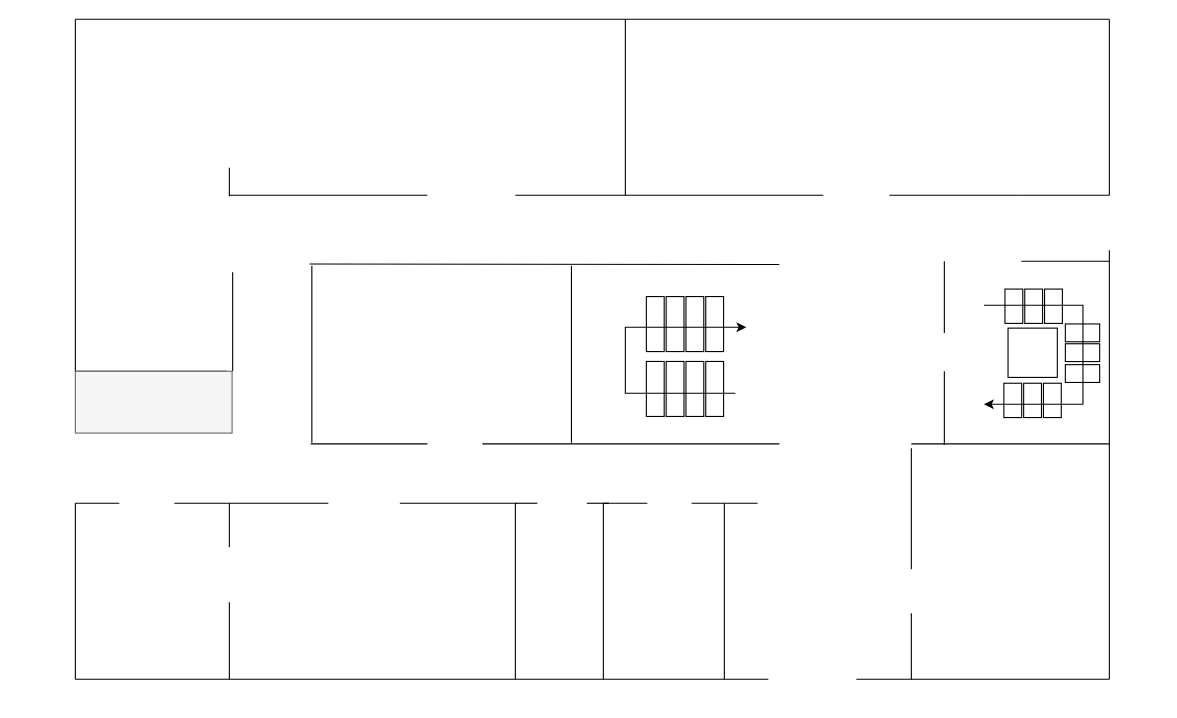
The draw.io diagram Gebäudeplan_EG.drawio in meetSeb/Computer-Network, before the edit. Source tidied: cells renumbered, new cells numbered last; positions are measured from the earlier drawing's top-left corner, leaving out a move shared by most shapes. Both pictures are drawn from the tidied source at 110%, with x=0, y=0 at pixel (75, 19).
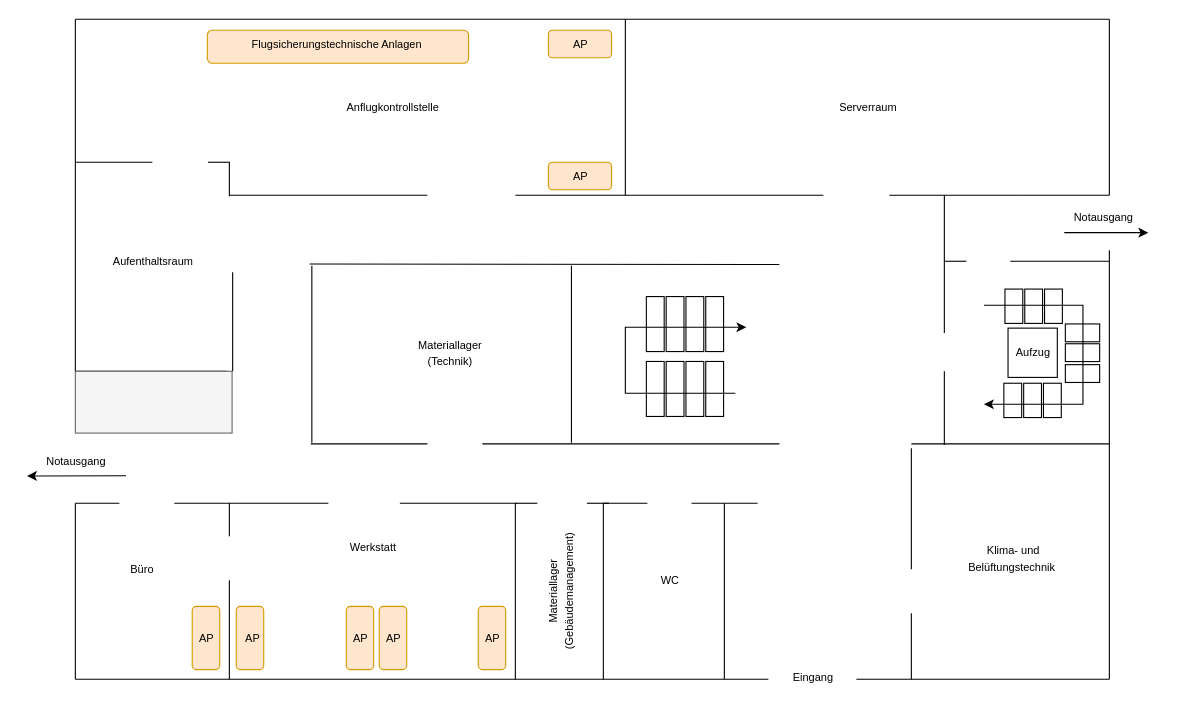
The same page after the edit.

The change refers to these unchanged cells:
```xml
<mxCell id="56" style="whiteSpace=wrap;html=1;strokeColor=#000000;" parent="1" vertex="1">
  <mxGeometry x="847.9" y="280.8" width="44.8" height="44.8" as="geometry" />
</mxCell>
```

Diff of the diagram source:
```diff
@@
     <mxCell id="10" style="endArrow=none;html=1;rounded=0;strokeColor=#000000;" parent="1" edge="1">
       <mxGeometry relative="1" as="geometry">
-        <mxPoint x="140" y="530" as="sourcePoint" />
+        <mxPoint x="140" y="510" as="sourcePoint" />
         <mxPoint x="140" y="600" as="targetPoint" />
       </mxGeometry>
     </mxCell>
     <mxCell id="11" style="endArrow=none;html=1;rounded=0;strokeColor=#000000;" parent="1" edge="1">
       <mxGeometry relative="1" as="geometry">
         <mxPoint x="140" y="440" as="sourcePoint" />
-        <mxPoint x="140" y="480" as="targetPoint" />
+        <mxPoint x="140" y="470" as="targetPoint" />
       </mxGeometry>
     </mxCell>
@@
     <mxCell id="15" style="endArrow=none;html=1;rounded=0;strokeColor=#000000;" parent="1" edge="1">
       <mxGeometry relative="1" as="geometry">
-        <mxPoint x="140" y="135" as="sourcePoint" />
+        <mxPoint x="140" y="130" as="sourcePoint" />
         <mxPoint x="140" y="161" as="targetPoint" />
       </mxGeometry>
     </mxCell>
@@
     <mxCell id="61" style="endArrow=none;html=1;rounded=0;strokeColor=#000000;" parent="1" edge="1">
       <mxGeometry relative="1" as="geometry">
-        <mxPoint x="790" y="220" as="sourcePoint" />
+        <mxPoint x="790" y="160" as="sourcePoint" />
         <mxPoint x="790" y="285.2" as="targetPoint" />
       </mxGeometry>
     </mxCell>
     <mxCell id="62" style="endArrow=none;html=1;rounded=0;strokeColor=#000000;" parent="1" edge="1">
       <mxGeometry relative="1" as="geometry">
-        <mxPoint x="860" y="220" as="sourcePoint" />
+        <mxPoint x="850" y="220" as="sourcePoint" />
         <mxPoint x="940" y="220" as="targetPoint" />
       </mxGeometry>
     </mxCell>
+    <mxCell id="63" style="endArrow=none;html=1;rounded=0;strokeColor=#000000;" parent="1" edge="1">
+      <mxGeometry relative="1" as="geometry">
+        <mxPoint x="810" y="220" as="sourcePoint" />
+        <mxPoint x="790" y="220" as="targetPoint" />
+      </mxGeometry>
+    </mxCell>
+    <mxCell id="64" style="endArrow=none;html=1;rounded=0;strokeColor=#000000;" parent="1" edge="1" source="56">
+      <mxGeometry relative="1" as="geometry">
+        <mxPoint x="892.6" y="280.8" as="targetPoint" />
+      </mxGeometry>
+    </mxCell>
+    <mxCell id="65" value="&lt;font style=&quot;font-size: 10px;&quot;&gt;Aufzug&lt;/font&gt;" style="text;html=1;align=center;verticalAlign=middle;whiteSpace=wrap;rounded=0;" parent="1" vertex="1">
+      <mxGeometry x="841.2" y="288.1" width="60" height="30" as="geometry" />
+    </mxCell>
+    <mxCell id="66" style="endArrow=none;html=1;rounded=0;strokeColor=#000000;" parent="1" edge="1">
+      <mxGeometry relative="1" as="geometry">
+        <mxPoint y="130" as="sourcePoint" />
+        <mxPoint x="70" y="130" as="targetPoint" />
+      </mxGeometry>
+    </mxCell>
+    <mxCell id="67" style="endArrow=none;html=1;rounded=0;strokeColor=#000000;" parent="1" edge="1">
+      <mxGeometry relative="1" as="geometry">
+        <mxPoint x="140.5" y="130" as="sourcePoint" />
+        <mxPoint x="120.5" y="130" as="targetPoint" />
+      </mxGeometry>
+    </mxCell>
+    <mxCell id="68" style="rounded=1;whiteSpace=wrap;html=1;rotation=-90;fillColor=#ffe6cc;strokeColor=#d79b00;" parent="1" vertex="1">
+      <mxGeometry x="90" y="550" width="57.5" height="25" as="geometry" />
+    </mxCell>
+    <mxCell id="69" style="rounded=1;whiteSpace=wrap;html=1;rotation=-90;fillColor=#ffe6cc;strokeColor=#d79b00;" parent="1" vertex="1">
+      <mxGeometry x="130" y="550" width="57.5" height="25" as="geometry" />
+    </mxCell>
+    <mxCell id="70" style="rounded=1;whiteSpace=wrap;html=1;rotation=-90;fillColor=#ffe6cc;strokeColor=#d79b00;" parent="1" vertex="1">
+      <mxGeometry x="230" y="550" width="57.5" height="25" as="geometry" />
+    </mxCell>
+    <mxCell id="71" style="rounded=1;whiteSpace=wrap;html=1;rotation=-90;fillColor=#ffe6cc;strokeColor=#d79b00;" parent="1" vertex="1">
+      <mxGeometry x="260" y="550" width="57.5" height="25" as="geometry" />
+    </mxCell>
+    <mxCell id="72" style="rounded=1;whiteSpace=wrap;html=1;rotation=-90;fillColor=#ffe6cc;strokeColor=#d79b00;" parent="1" vertex="1">
+      <mxGeometry x="350" y="550" width="57.5" height="25" as="geometry" />
+    </mxCell>
+    <mxCell id="73" style="rounded=1;whiteSpace=wrap;html=1;rotation=0;fillColor=#ffe6cc;strokeColor=#d79b00;" parent="1" vertex="1">
+      <mxGeometry x="120" y="10" width="237.5" height="30" as="geometry" />
+    </mxCell>
+    <mxCell id="74" style="rounded=1;whiteSpace=wrap;html=1;rotation=0;fillColor=#ffe6cc;strokeColor=#d79b00;" parent="1" vertex="1">
+      <mxGeometry x="430" y="10" width="57.5" height="25" as="geometry" />
+    </mxCell>
+    <mxCell id="75" style="rounded=1;whiteSpace=wrap;html=1;rotation=0;fillColor=#ffe6cc;strokeColor=#d79b00;" parent="1" vertex="1">
+      <mxGeometry x="430" y="130" width="57.5" height="25" as="geometry" />
+    </mxCell>
+    <mxCell id="76" value="&lt;font style=&quot;font-size: 10px;&quot;&gt;Klima- und Belüftungstechnik&amp;nbsp;&lt;/font&gt;" style="text;html=1;align=center;verticalAlign=middle;whiteSpace=wrap;rounded=0;" parent="1" vertex="1">
+      <mxGeometry x="812.2" y="470" width="82.1" height="40" as="geometry" />
+    </mxCell>
+    <mxCell id="77" value="&lt;font size=&quot;1&quot;&gt;Materiallager (Technik)&lt;/font&gt;" style="text;html=1;align=center;verticalAlign=middle;whiteSpace=wrap;rounded=0;" parent="1" vertex="1">
+      <mxGeometry x="300" y="283.1" width="82.1" height="40" as="geometry" />
+    </mxCell>
+    <mxCell id="78" value="&lt;font size=&quot;1&quot;&gt;Materiallager (Gebäudemanagement)&lt;/font&gt;" style="text;html=1;align=center;verticalAlign=middle;whiteSpace=wrap;rounded=0;rotation=-90;" parent="1" vertex="1">
+      <mxGeometry x="400" y="500" width="82.1" height="40" as="geometry" />
+    </mxCell>
+    <mxCell id="79" value="&lt;font style=&quot;font-size: 10px;&quot;&gt;WC&lt;/font&gt;" style="text;html=1;align=center;verticalAlign=middle;whiteSpace=wrap;rounded=0;" parent="1" vertex="1">
+      <mxGeometry x="500" y="490" width="82.1" height="40" as="geometry" />
+    </mxCell>
+    <mxCell id="80" value="&lt;font style=&quot;font-size: 10px;&quot;&gt;Serverraum&lt;/font&gt;" style="text;html=1;align=center;verticalAlign=middle;whiteSpace=wrap;rounded=0;" parent="1" vertex="1">
+      <mxGeometry x="680" y="60" width="82.1" height="40" as="geometry" />
+    </mxCell>
+    <mxCell id="81" value="&lt;font style=&quot;font-size: 10px;&quot;&gt;Aufenthaltsraum&lt;/font&gt;" style="text;html=1;align=center;verticalAlign=middle;whiteSpace=wrap;rounded=0;" parent="1" vertex="1">
+      <mxGeometry x="30.2" y="200" width="82.1" height="40" as="geometry" />
+    </mxCell>
+    <mxCell id="82" value="&lt;font style=&quot;font-size: 10px;&quot;&gt;Anflugkontrollstelle&lt;/font&gt;" style="text;html=1;align=center;verticalAlign=middle;whiteSpace=wrap;rounded=0;" parent="1" vertex="1">
+      <mxGeometry x="247.7" y="60" width="82.1" height="40" as="geometry" />
+    </mxCell>
+    <mxCell id="83" value="&lt;font style=&quot;font-size: 10px;&quot;&gt;Werkstatt&lt;/font&gt;" style="text;html=1;align=center;verticalAlign=middle;whiteSpace=wrap;rounded=0;" parent="1" vertex="1">
+      <mxGeometry x="230" y="460" width="82.1" height="40" as="geometry" />
+    </mxCell>
+    <mxCell id="84" value="&lt;font size=&quot;1&quot;&gt;Büro&lt;/font&gt;" style="text;html=1;align=center;verticalAlign=middle;whiteSpace=wrap;rounded=0;" parent="1" vertex="1">
+      <mxGeometry x="20" y="480" width="82.1" height="40" as="geometry" />
+    </mxCell>
+    <mxCell id="85" value="&lt;font style=&quot;font-size: 10px;&quot;&gt;Eingang&lt;/font&gt;" style="text;html=1;align=center;verticalAlign=middle;whiteSpace=wrap;rounded=0;" parent="1" vertex="1">
+      <mxGeometry x="630" y="578" width="82.1" height="40" as="geometry" />
+    </mxCell>
+    <mxCell id="86" value="&lt;font style=&quot;font-size: 10px;&quot;&gt;Notausgang&lt;/font&gt;" style="text;html=1;align=center;verticalAlign=middle;whiteSpace=wrap;rounded=0;" parent="1" vertex="1">
+      <mxGeometry x="-40" y="382" width="82.1" height="40" as="geometry" />
+    </mxCell>
+    <mxCell id="87" style="endArrow=classic;html=1;rounded=0;strokeColor=#000000;" parent="1" edge="1">
+      <mxGeometry relative="1" as="geometry">
+        <mxPoint x="46.1" y="415" as="sourcePoint" />
+        <mxPoint x="-43.9" y="415.2" as="targetPoint" />
+      </mxGeometry>
+    </mxCell>
+    <mxCell id="88" value="&lt;font style=&quot;font-size: 10px;&quot;&gt;Notausgang&lt;/font&gt;" style="text;html=1;align=center;verticalAlign=middle;whiteSpace=wrap;rounded=0;" parent="1" vertex="1">
+      <mxGeometry x="894.3" y="160" width="82.1" height="40" as="geometry" />
+    </mxCell>
+    <mxCell id="89" style="endArrow=classic;html=1;rounded=0;strokeColor=#000000;" parent="1" edge="1">
+      <mxGeometry relative="1" as="geometry">
+        <mxPoint x="899" y="194" as="sourcePoint" />
+        <mxPoint x="975.4" y="194" as="targetPoint" />
+      </mxGeometry>
+    </mxCell>
+    <mxCell id="90" value="&lt;font style=&quot;font-size: 10px;&quot;&gt;Flugsicherungstechnische Anlagen&lt;/font&gt;" style="text;html=1;align=center;verticalAlign=middle;whiteSpace=wrap;rounded=0;" parent="1" vertex="1">
+      <mxGeometry x="147.5" y="2.5" width="182.3" height="40" as="geometry" />
+    </mxCell>
+    <mxCell id="91" value="&lt;font style=&quot;font-size: 10px;&quot;&gt;AP&lt;/font&gt;" style="text;html=1;align=center;verticalAlign=middle;whiteSpace=wrap;rounded=0;" parent="1" vertex="1">
+      <mxGeometry x="427.5" y="2.5" width="62.5" height="40" as="geometry" />
+    </mxCell>
+    <mxCell id="92" value="&lt;font style=&quot;font-size: 10px;&quot;&gt;AP&lt;/font&gt;" style="text;html=1;align=center;verticalAlign=middle;whiteSpace=wrap;rounded=0;" parent="1" vertex="1">
+      <mxGeometry x="427.5" y="122.5" width="62.5" height="40" as="geometry" />
+    </mxCell>
+    <mxCell id="93" value="&lt;font style=&quot;font-size: 10px;&quot;&gt;AP&lt;/font&gt;" style="text;html=1;align=center;verticalAlign=middle;whiteSpace=wrap;rounded=0;" parent="1" vertex="1">
+      <mxGeometry x="87.5" y="542.5" width="62.5" height="40" as="geometry" />
+    </mxCell>
+    <mxCell id="94" value="&lt;font style=&quot;font-size: 10px;&quot;&gt;AP&lt;/font&gt;" style="text;html=1;align=center;verticalAlign=middle;whiteSpace=wrap;rounded=0;" parent="1" vertex="1">
+      <mxGeometry x="130" y="542.5" width="62.5" height="40" as="geometry" />
+    </mxCell>
+    <mxCell id="95" value="&lt;font style=&quot;font-size: 10px;&quot;&gt;AP&lt;/font&gt;" style="text;html=1;align=center;verticalAlign=middle;whiteSpace=wrap;rounded=0;" parent="1" vertex="1">
+      <mxGeometry x="227.5" y="542.5" width="62.5" height="40" as="geometry" />
+    </mxCell>
+    <mxCell id="96" value="&lt;font style=&quot;font-size: 10px;&quot;&gt;AP&lt;/font&gt;" style="text;html=1;align=center;verticalAlign=middle;whiteSpace=wrap;rounded=0;" parent="1" vertex="1">
+      <mxGeometry x="257.5" y="542.5" width="62.5" height="40" as="geometry" />
+    </mxCell>
+    <mxCell id="97" value="&lt;font style=&quot;font-size: 10px;&quot;&gt;AP&lt;/font&gt;" style="text;html=1;align=center;verticalAlign=middle;whiteSpace=wrap;rounded=0;" parent="1" vertex="1">
+      <mxGeometry x="347.5" y="542.5" width="62.5" height="40" as="geometry" />
+    </mxCell>
```
